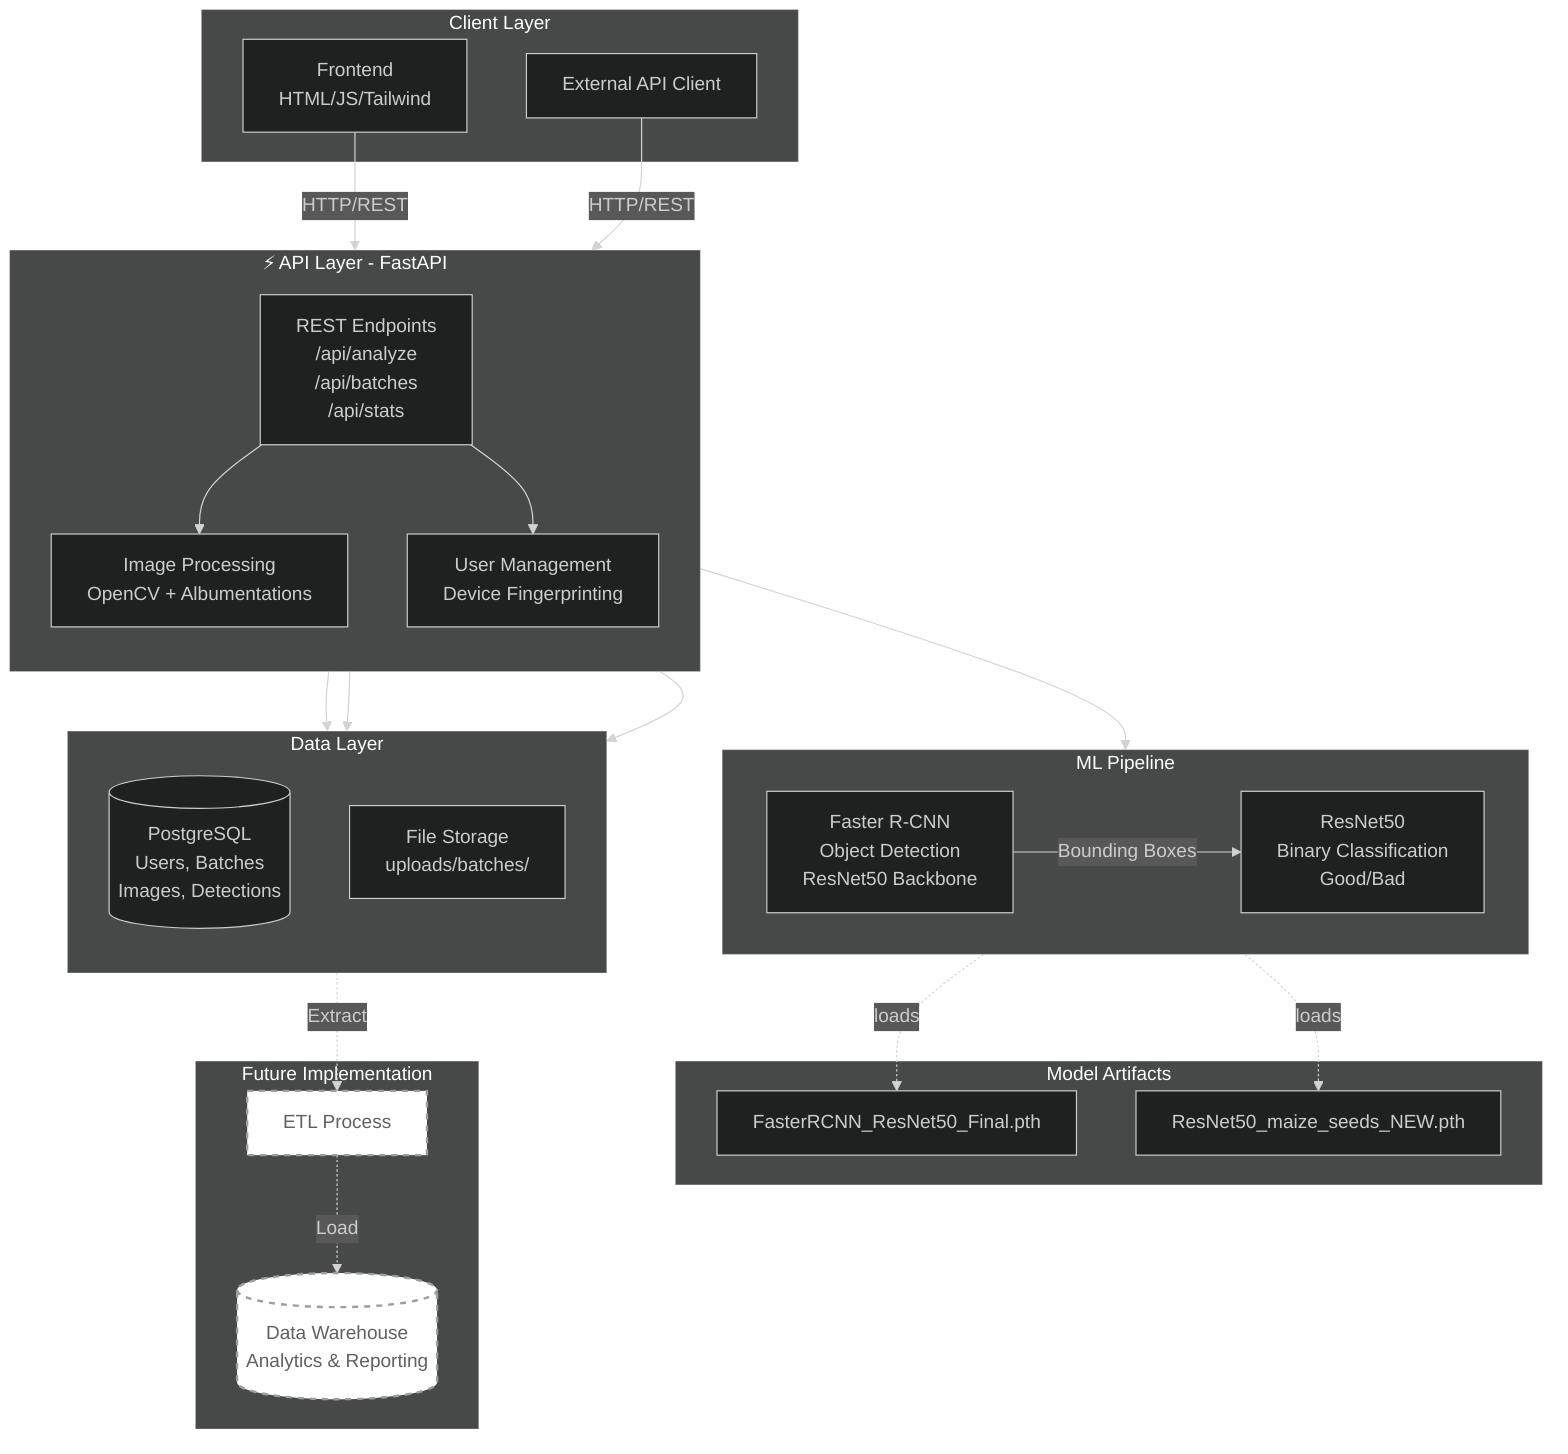
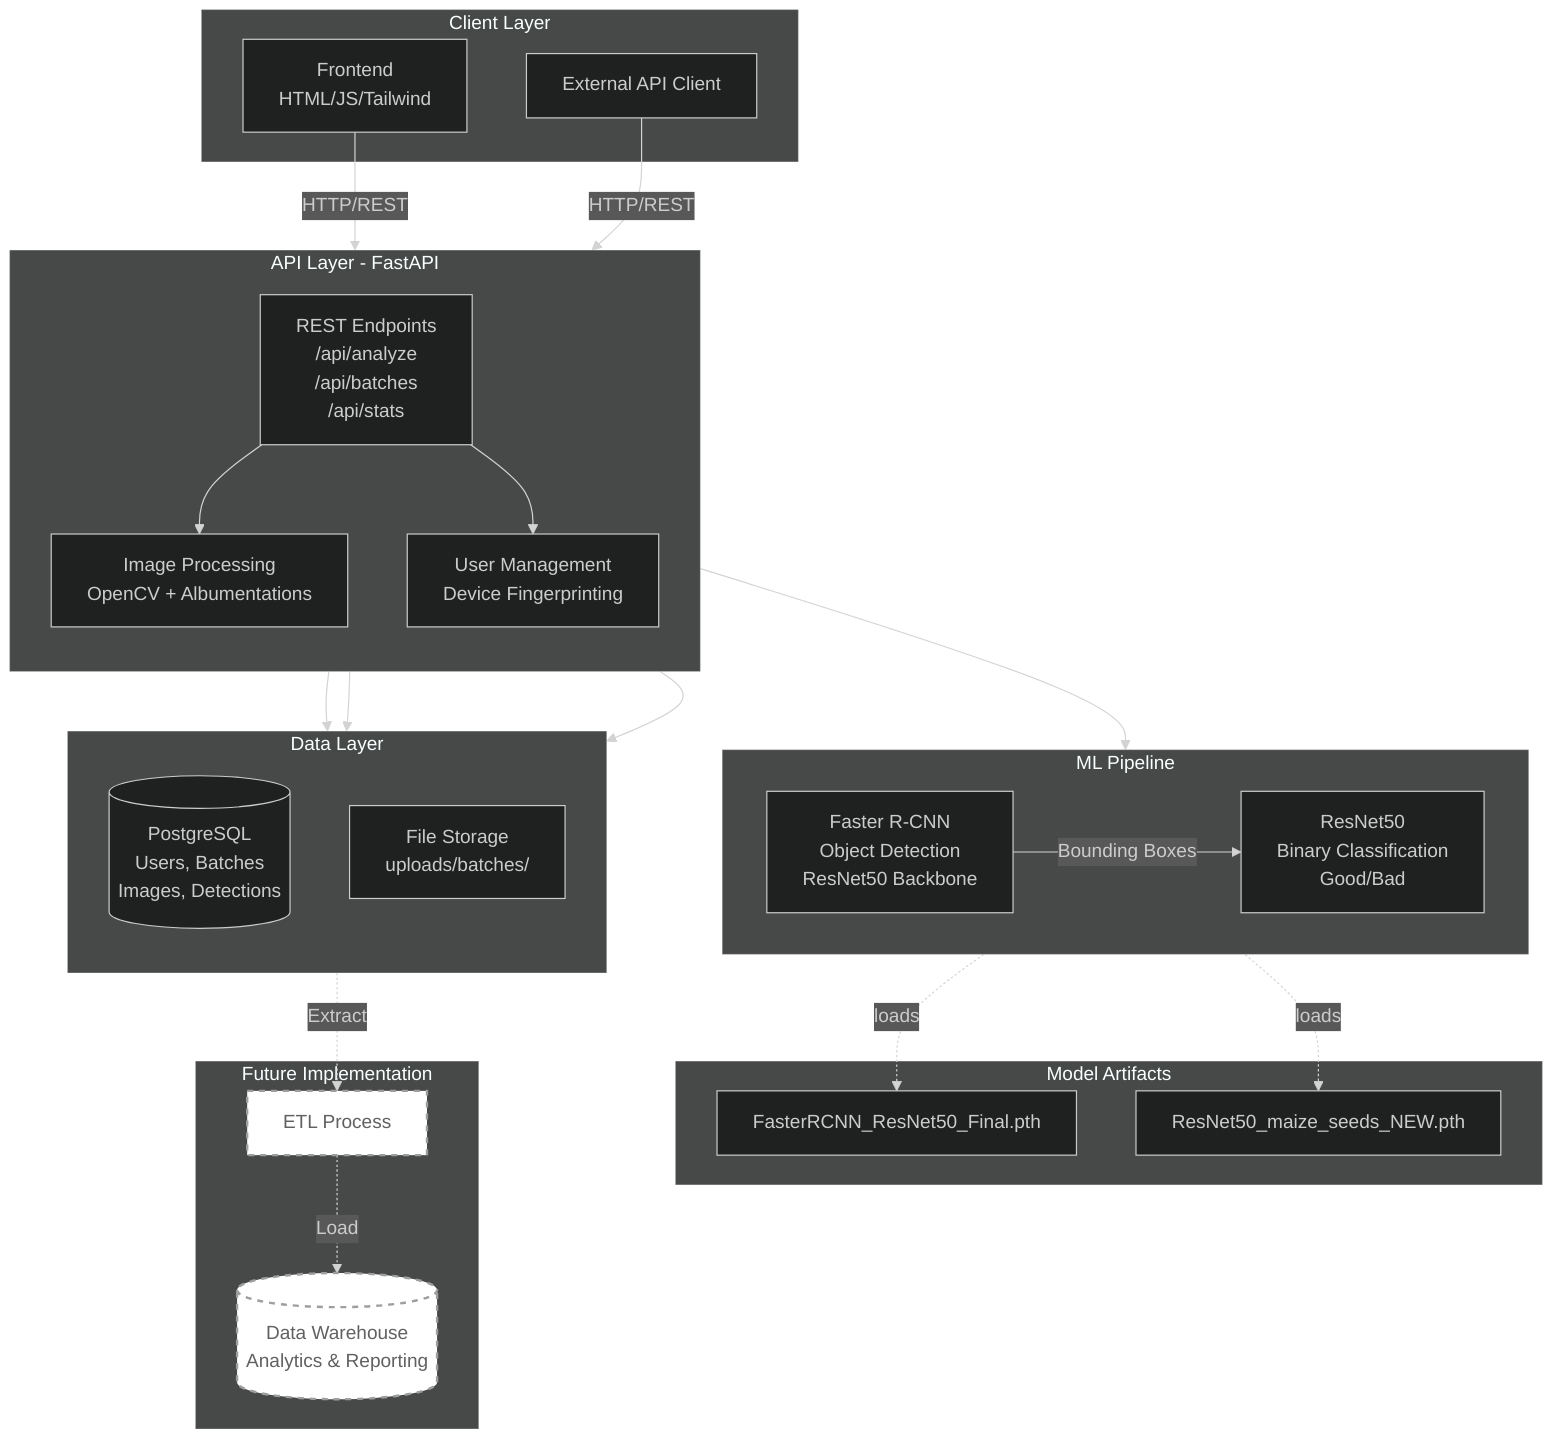
---
config:
  theme: dark
  layout: dagre
---
flowchart TB
    subgraph Client["Client Layer"]
        FE[Frontend<br/>HTML/JS/Tailwind]
        ExtAPI[External API Client]
    end

-     subgraph API["⚡ API Layer - FastAPI"]
+     subgraph API["API Layer - FastAPI"]
        direction TB
        Endpoints[REST Endpoints<br/>/api/analyze<br/>/api/batches<br/>/api/stats]
        ImageProc[Image Processing<br/>OpenCV + Albumentations]
        UserMgmt[User Management<br/>Device Fingerprinting]
    end

    subgraph ML["ML Pipeline"]
        direction LR
        Detection[Faster R-CNN<br/>Object Detection<br/>ResNet50 Backbone]
        Classification[ResNet50<br/>Binary Classification<br/>Good/Bad]
    end

    subgraph Data["Data Layer"]
        direction TB
        DB[(PostgreSQL<br/>Users, Batches<br/>Images, Detections)]
        FS[File Storage<br/>uploads/batches/]
    end

    subgraph Models["Model Artifacts"]
        DetModel[FasterRCNN_ResNet50_Final.pth]
        ClsModel[ResNet50_maize_seeds_NEW.pth]
    end

    %% ============================================
    %% FUTURE: Data Warehouse (Not Yet Implemented)
    %% Planned for analytics, reporting, ML retraining
    %% ============================================
    subgraph Future["Future Implementation"]
        ETL[ETL Process]:::future
        DW[(Data Warehouse<br/>Analytics & Reporting)]:::future
    end

    %% Client to API
    FE -->|HTTP/REST| Endpoints
    ExtAPI -->|HTTP/REST| Endpoints

    %% API internal flow
    Endpoints --> ImageProc
    Endpoints --> UserMgmt
    ImageProc --> Detection
    Detection -->|Bounding Boxes| Classification

    %% ML to Models
    Detection -.->|loads| DetModel
    Classification -.->|loads| ClsModel

    %% API to Data
    UserMgmt --> DB
    Endpoints --> DB
    ImageProc --> FS

    %% Future: Data Warehouse ETL
    DB -.->|Extract| ETL
    ETL -.->|Load| DW

    %% Styling - using darker borders for visibility
    classDef future fill:#ffffff,stroke:#9e9e9e,stroke-width:2px,stroke-dasharray: 5 5,color:#616161
